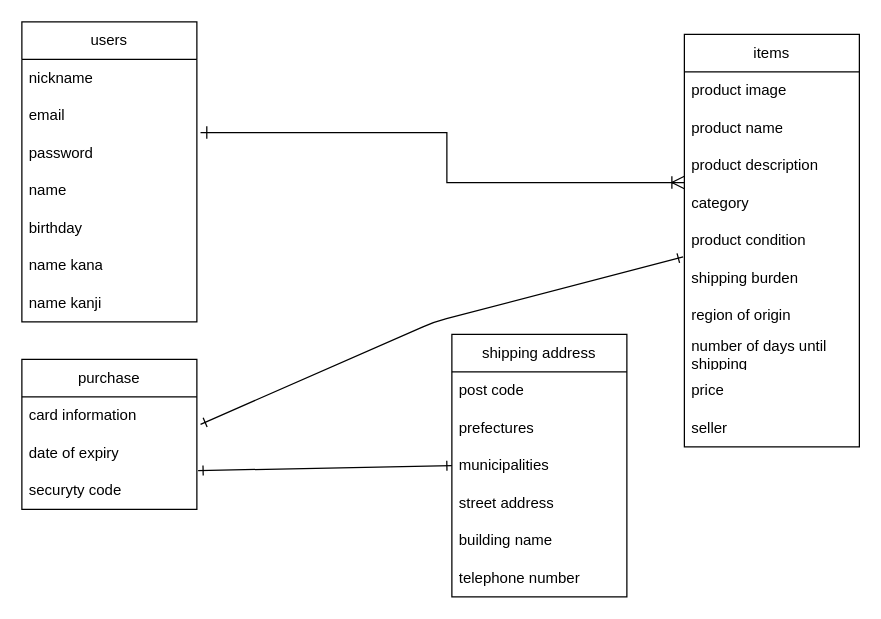
Before: app/views/test.dio in nagano19840910/furima-40222, a draw.io diagram. Source tidied: cells renumbered, new cells numbered last; positions are measured from the earlier drawing's top-left corner, leaving out a move shared by most shapes. Both pictures are drawn from the tidied source at 125%, with x=0, y=0 at pixel (21, 21).
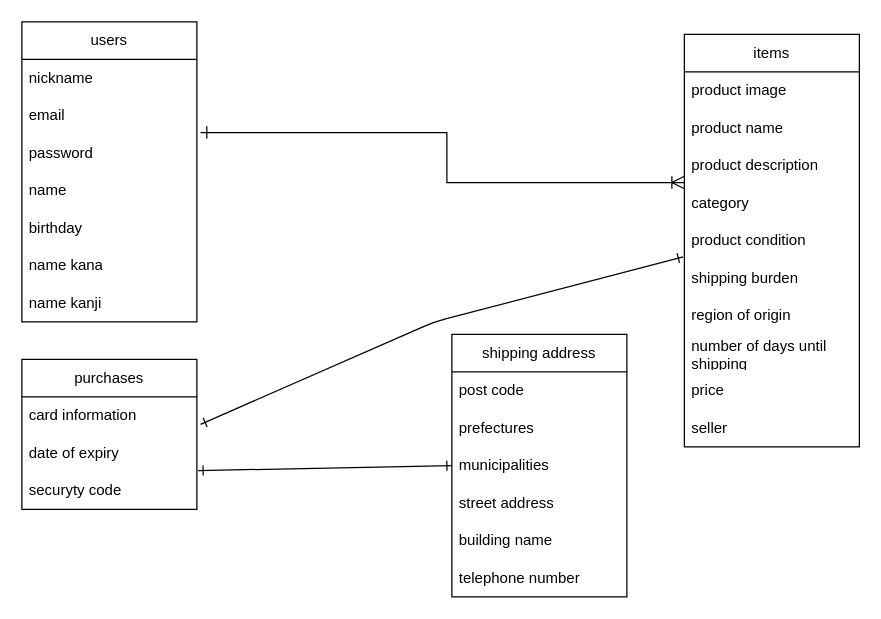
The same diagram, later.

Commit message (it also covers changes not shown here):
データベースコミット４

Diff of the diagram source:
```diff
@@
-    <mxCell id="22" value="purchase" style="swimlane;fontStyle=0;horizontal=1;startSize=30;whiteSpace=wrap;html=1;" parent="1" vertex="1">
+    <mxCell id="22" value="purchases" style="swimlane;fontStyle=0;horizontal=1;startSize=30;whiteSpace=wrap;html=1;" parent="1" vertex="1">
       <mxGeometry y="270" width="140" height="120" as="geometry" />
     </mxCell>
```
